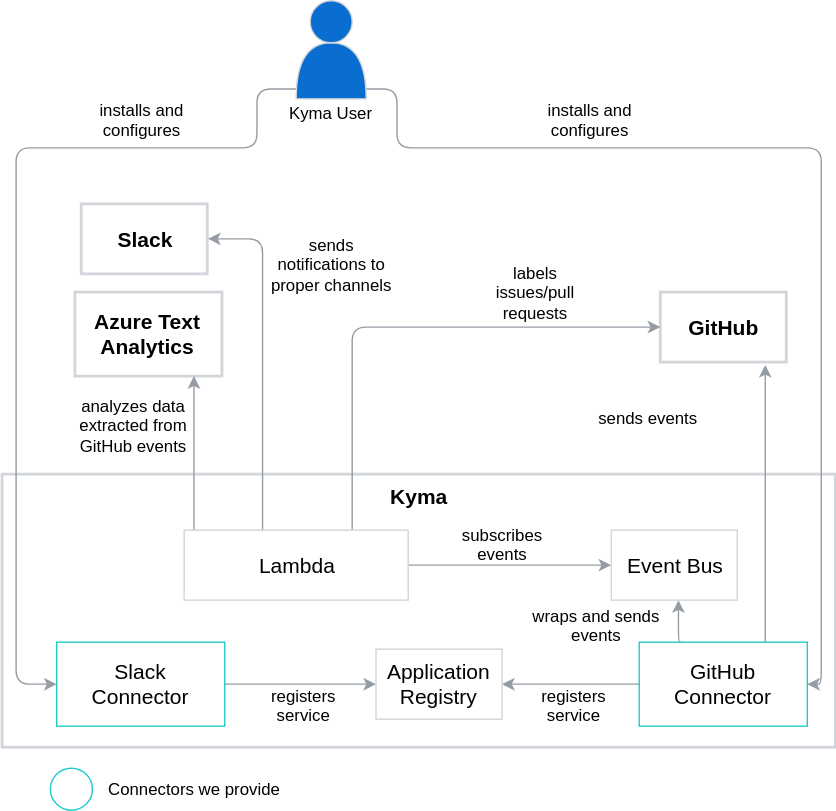
Before: docs/flowdiagram.svg, a diagram exported from draw.io (kyma-incubator/hack-showcase). Source tidied: cells renumbered, new cells last; positions are measured from the earlier drawing's top-left corner, leaving out a move shared by most shapes.
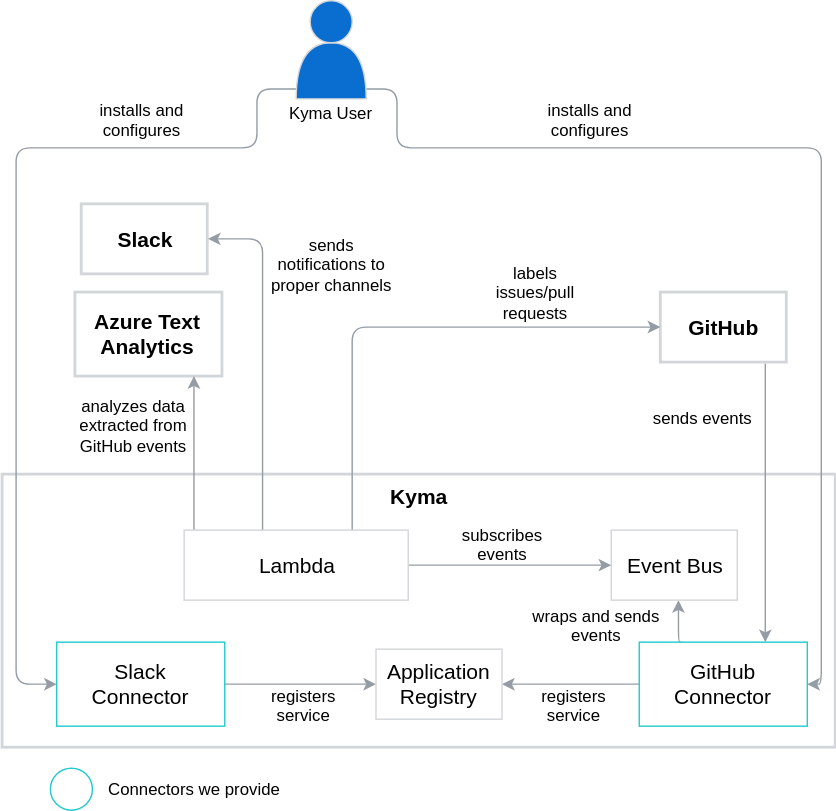
The same diagram one commit later.

Commit message:
Fix arrow in flowdiagram

What changed in the source:
```diff
@@ -8,9 +8,6 @@
     <mxCell id="3" style="edgeStyle=orthogonalEdgeStyle;rounded=1;jettySize=auto;html=1;exitX=0;exitY=0.5;exitDx=0;exitDy=0;entryX=1;entryY=0.5;entryDx=0;entryDy=0;strokeColor=#959CA4;" parent="1" edge="1" source="6" target="25">
       <mxGeometry relative="1" as="geometry" />
     </mxCell>
-    <mxCell id="4" style="edgeStyle=orthogonalEdgeStyle;rounded=1;jettySize=auto;html=1;exitX=0.75;exitY=0;exitDx=0;exitDy=0;entryX=0.833;entryY=1.04;entryDx=0;entryDy=0;entryPerimeter=0;strokeColor=#959CA4;" parent="1" edge="1" source="6" target="17">
-      <mxGeometry relative="1" as="geometry" />
-    </mxCell>
     <mxCell id="5" style="edgeStyle=orthogonalEdgeStyle;rounded=1;jettySize=auto;html=1;exitX=0.25;exitY=0;exitDx=0;exitDy=0;entryX=0.533;entryY=1;entryDx=0;entryDy=0;entryPerimeter=0;strokeColor=#959CA4;" parent="1" edge="1" source="6" target="26">
       <mxGeometry relative="1" as="geometry" />
     </mxCell>
@@ -61,6 +58,9 @@
     <mxCell id="16" value="&lt;b&gt;&lt;font style=&quot;font-size: 15px&quot;&gt;Azure Text Analytics&lt;/font&gt;&lt;/b&gt;" style="rounded=0;whiteSpace=wrap;html=1;shadow=0;glass=0;comic=0;strokeColor=#D2D5D9;strokeWidth=2;fillColor=#FFFFFF;fontFamily=Helvetica;fontSize=12;" parent="1" vertex="1">
       <mxGeometry x="52" y="208" width="105" height="60" as="geometry" />
     </mxCell>
+    <mxCell id="36" style="edgeStyle=orthogonalEdgeStyle;rounded=1;jettySize=auto;html=1;exitX=0.833;exitY=1.02;exitDx=0;exitDy=0;entryX=0.75;entryY=0;entryDx=0;entryDy=0;strokeColor=#959CA4;exitPerimeter=0;" parent="1" edge="1" source="17" target="6">
+      <mxGeometry relative="1" as="geometry" />
+    </mxCell>
     <mxCell id="17" value="&lt;b&gt;&lt;font style=&quot;font-size: 15px&quot;&gt;GitHub&lt;/font&gt;&lt;/b&gt;" style="rounded=0;whiteSpace=wrap;html=1;shadow=0;glass=0;comic=0;strokeColor=#D2D5D9;strokeWidth=2;fillColor=#FFFFFF;fontFamily=Helvetica;fontSize=12;" parent="1" vertex="1">
       <mxGeometry x="470" y="208" width="90" height="50" as="geometry" />
     </mxCell>
@@ -74,7 +74,7 @@
       <mxGeometry x="370" y="75" width="100" height="20" as="geometry" />
     </mxCell>
     <mxCell id="21" value="sends events" style="text;html=1;strokeColor=none;fillColor=none;align=center;verticalAlign=middle;whiteSpace=wrap;rounded=0;shadow=0;glass=0;comic=0;fontFamily=Helvetica;fontSize=12;fontColor=#000000;" parent="1" vertex="1">
-      <mxGeometry x="423" y="288" width="77" height="20" as="geometry" />
+      <mxGeometry x="461.5" y="288" width="77" height="20" as="geometry" />
     </mxCell>
     <mxCell id="22" value="analyzes data extracted from GitHub events" style="text;html=1;strokeColor=none;fillColor=none;align=center;verticalAlign=middle;whiteSpace=wrap;rounded=0;shadow=0;glass=0;comic=0;fontFamily=Helvetica;fontSize=12;fontColor=#000000;" parent="1" vertex="1">
       <mxGeometry x="52" y="293" width="84" height="20" as="geometry" />
```
